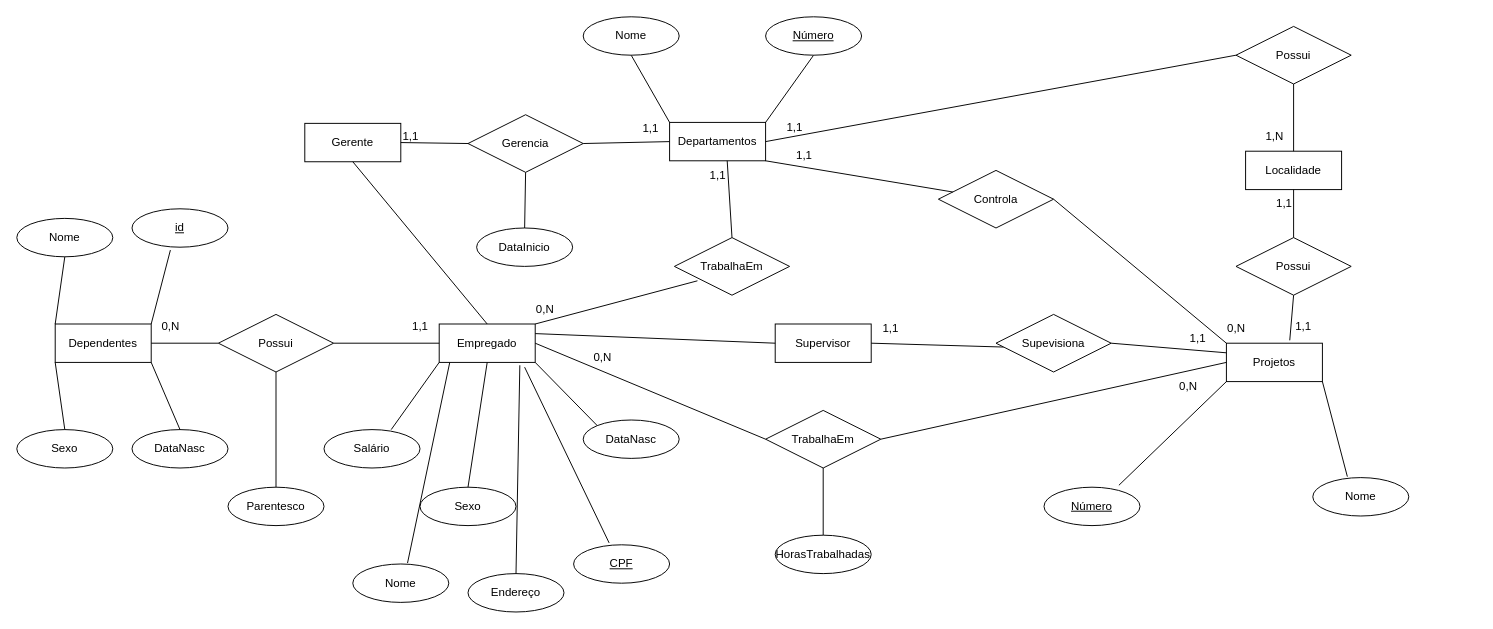
Above: Diagrama sem nome.drawio in mateusfaissal/modelagens-BD (draw.io), before the change. Source tidied: cells renumbered, new cells numbered last; positions are measured from the earlier drawing's top-left corner, leaving out a move shared by most shapes. Both pictures are drawn from the tidied source at 96%, with x=0, y=0 at pixel (16, 16).
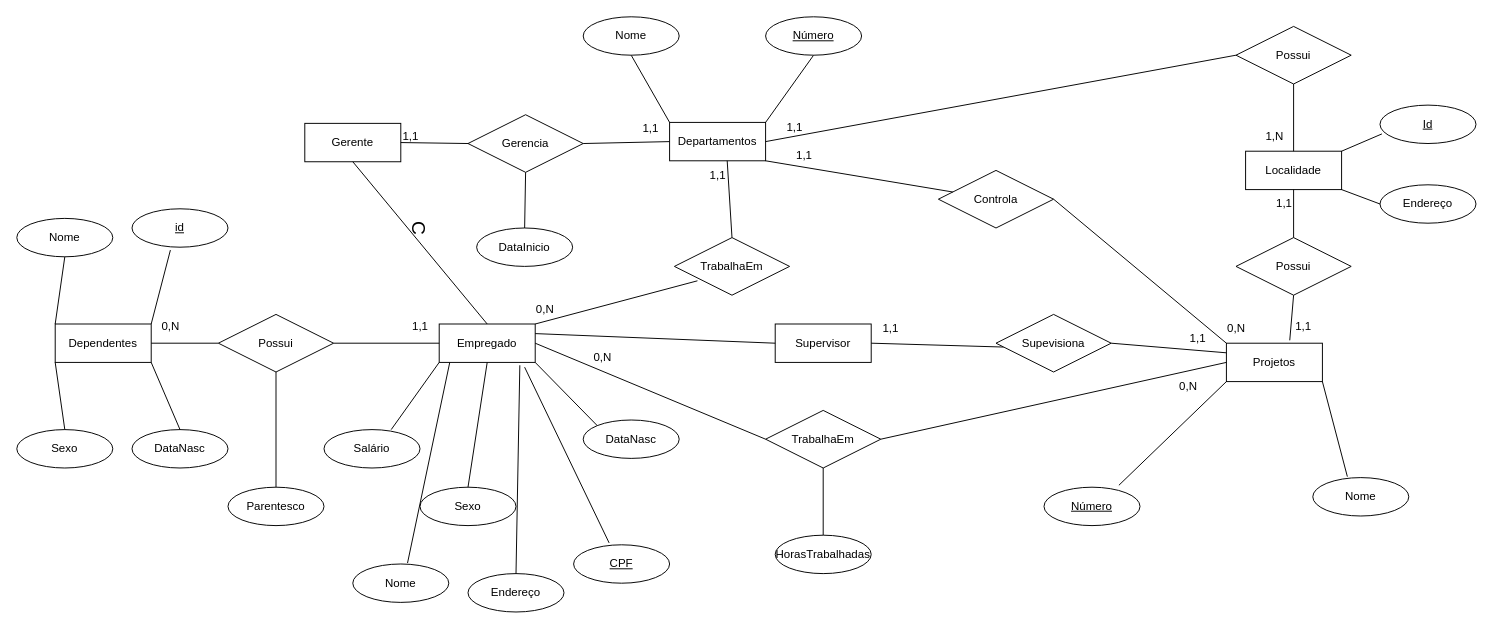
Above is the later version.

Commit message:
finished-DER: ativ-Company.drawio

Unchanged cells that the change refers to:
```xml
<mxCell id="42" value="Localidade" style="whiteSpace=wrap;html=1;align=center;" parent="1" vertex="1">
  <mxGeometry x="1280" y="140" width="100" height="40" as="geometry" />
</mxCell>
```

What changed in the source:
```diff
@@
+    <mxCell id="86" value="&lt;u&gt;Id&lt;/u&gt;" style="ellipse;whiteSpace=wrap;html=1;align=center;" parent="1" vertex="1">
+      <mxGeometry x="1420" y="92" width="100" height="40" as="geometry" />
+    </mxCell>
+    <mxCell id="87" value="Endereço" style="ellipse;whiteSpace=wrap;html=1;align=center;" parent="1" vertex="1">
+      <mxGeometry x="1420" y="175" width="100" height="40" as="geometry" />
+    </mxCell>
+    <mxCell id="88" style="endArrow=none;html=1;rounded=0;exitX=1;exitY=1;exitDx=0;exitDy=0;entryX=0;entryY=0.5;entryDx=0;entryDy=0;" parent="1" edge="1" source="42" target="87">
+      <mxGeometry relative="1" as="geometry" />
+    </mxCell>
+    <mxCell id="89" style="endArrow=none;html=1;rounded=0;exitX=1;exitY=0;exitDx=0;exitDy=0;entryX=0.02;entryY=0.75;entryDx=0;entryDy=0;entryPerimeter=0;" parent="1" edge="1" source="42" target="86">
+      <mxGeometry relative="1" as="geometry" />
+    </mxCell>
+    <mxCell id="90" value="&lt;font style=&quot;font-size: 20px;&quot;&gt;C&lt;/font&gt;" style="text;html=1;align=center;verticalAlign=middle;strokeColor=none;fillColor=none;rotation=90;fontSize=20;" parent="1" vertex="1">
+      <mxGeometry x="400" y="200" width="40" height="40" as="geometry" />
+    </mxCell>
```
